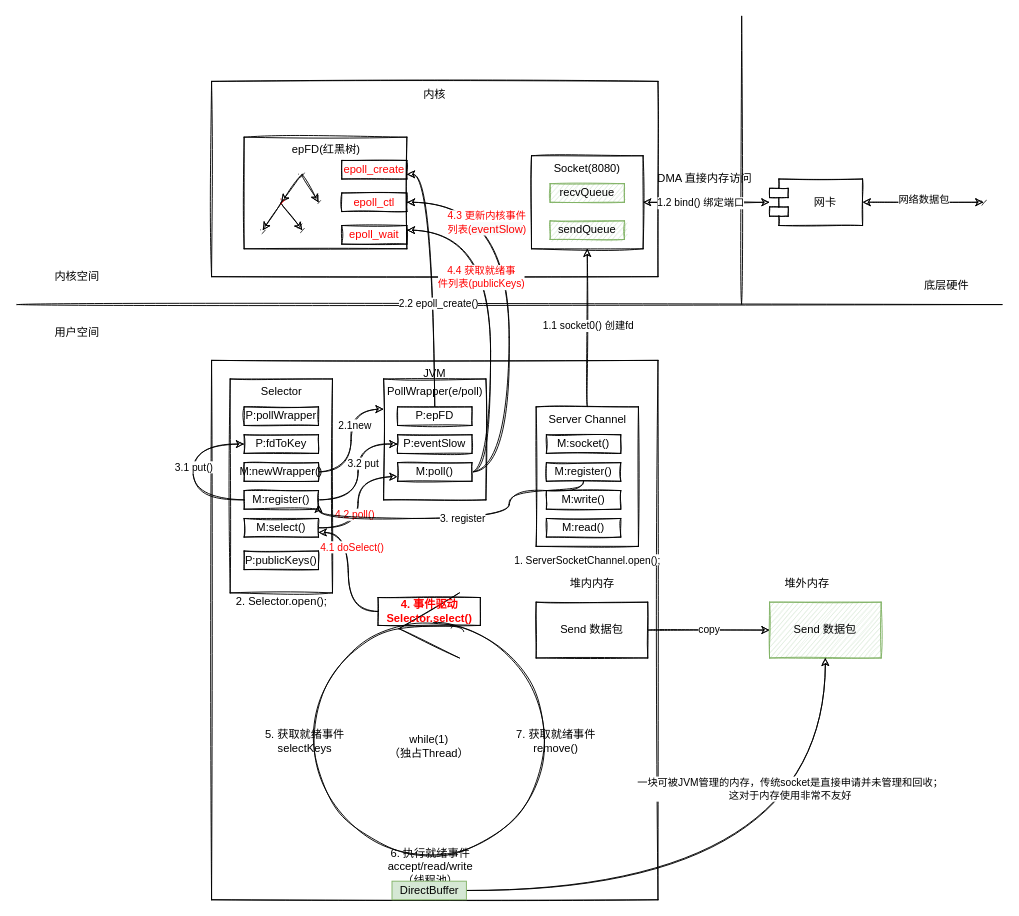
Y-lenny/java-open keeps this draw.io diagram as page "NIO架构" (1 of 2) of jdk8/reader/IO.drawio. Above is the earlier version. Source tidied: cells renumbered, new cells numbered last; positions are measured from the earlier drawing's top-left corner, leaving out a move shared by most shapes. Both pictures are drawn from the tidied source at 93%, with x=0, y=0 at pixel (16, 16).
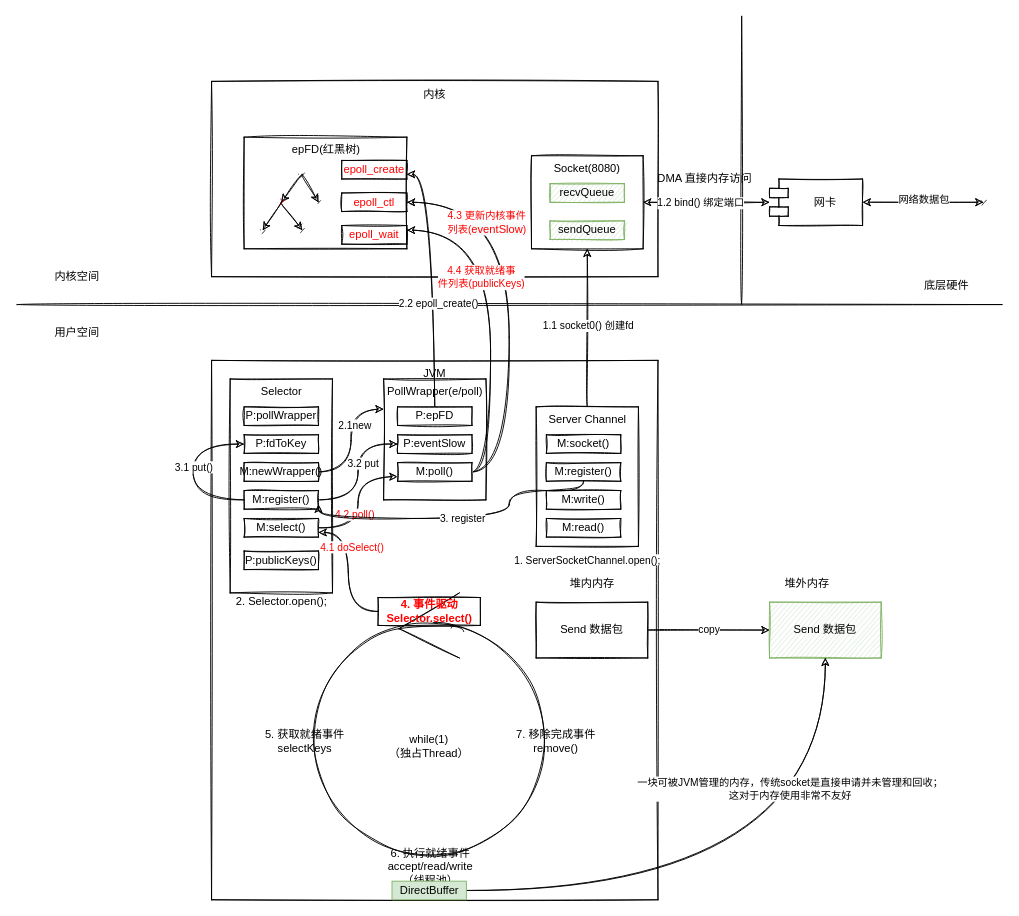
The same page after the edit.

Change to the diagram source:
```diff
@@
-    <mxCell id="67" value="7. 获取就绪事件&lt;br&gt;remove()" style="text;html=1;align=center;verticalAlign=middle;strokeColor=none;fontStyle=0;sketch=1;" parent="1" vertex="1">
+    <mxCell id="67" value="7. 移除完成事件&lt;br&gt;remove()" style="text;html=1;align=center;verticalAlign=middle;strokeColor=none;fontStyle=0;sketch=1;" parent="1" vertex="1">
       <mxGeometry x="530" y="765" width="100" height="30" as="geometry" />
     </mxCell>
```
